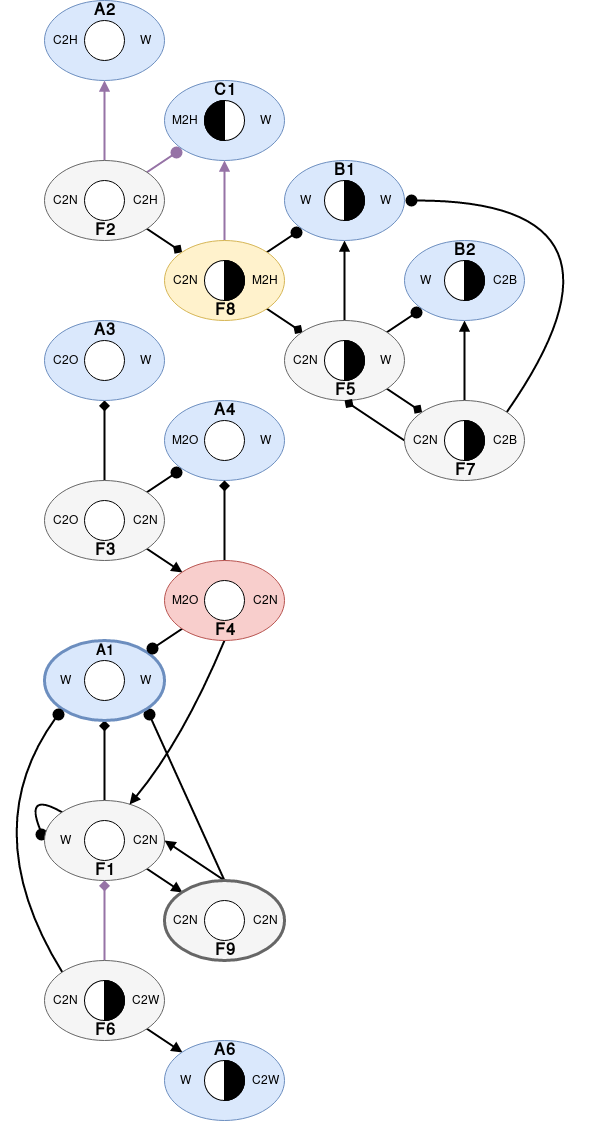
UberPanda/ProofGraphs keeps this draw.io diagram as png/IPart_Finish.png. Above is the earlier version. Source tidied: cells renumbered, new cells last; positions are measured from the earlier drawing's top-left corner, leaving out a move shared by most shapes.
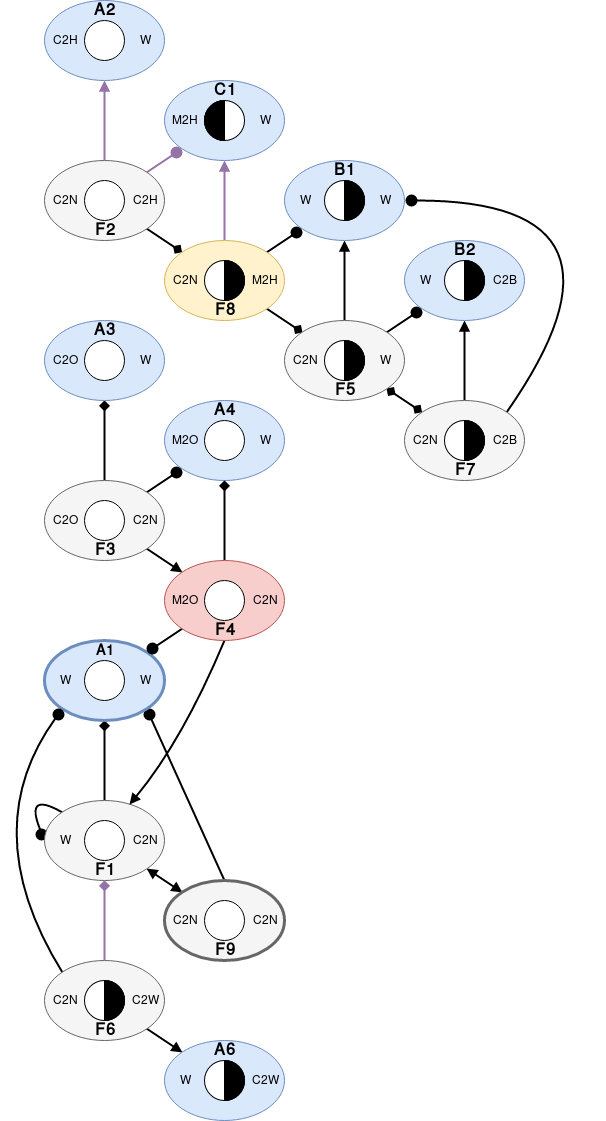
After the commit.

The edit, as a diff of the source:
```diff
@@ -2,7 +2,7 @@
   <root>
     <mxCell id="0" />
     <mxCell id="1" parent="0" />
-    <mxCell id="2" style="edgeStyle=none;curved=1;comic=0;html=1;exitX=1;exitY=1;entryX=0;entryY=0;startArrow=none;startFill=0;endArrow=block;endFill=1;endSize=6;jettySize=auto;strokeColor=#000000;strokeWidth=2;fillColor=none;" parent="1" edge="1" source="5" target="8">
+    <mxCell id="2" style="edgeStyle=none;curved=1;comic=0;html=1;exitX=1;exitY=1;entryX=0;entryY=0;startArrow=block;startFill=1;endArrow=block;endFill=1;endSize=6;jettySize=auto;strokeColor=#000000;strokeWidth=2;fillColor=none;" parent="1" edge="1" source="5" target="8">
       <mxGeometry relative="1" as="geometry" />
     </mxCell>
     <mxCell id="3" style="edgeStyle=none;curved=1;comic=0;html=1;startArrow=none;startFill=0;endArrow=diamond;endFill=1;endSize=6;jettySize=auto;strokeColor=#000000;strokeWidth=2;fillColor=none;" parent="1" edge="1" source="5" target="10">
@@ -21,9 +21,6 @@
     <mxCell id="6" style="edgeStyle=none;curved=1;comic=0;html=1;exitX=0.5;exitY=0;entryX=1;entryY=1;startArrow=none;startFill=0;endArrow=circle;endFill=1;endSize=3;jettySize=auto;strokeColor=#000000;strokeWidth=2;fillColor=none;" parent="1" edge="1" source="8" target="10">
       <mxGeometry relative="1" as="geometry" />
     </mxCell>
-    <mxCell id="7" style="edgeStyle=none;curved=1;comic=0;html=1;exitX=0.5;exitY=0;entryX=1;entryY=0.5;startArrow=none;startFill=0;endArrow=block;endFill=1;endSize=6;jettySize=auto;strokeColor=#000000;strokeWidth=2;fillColor=none;" parent="1" edge="1" source="8" target="5">
-      <mxGeometry relative="1" as="geometry" />
-    </mxCell>
     <mxCell id="8" style="ellipse;whiteSpace=wrap;html=1;shadow=0;strokeColor=#666666;strokeWidth=3;fillColor=#f5f5f5;" parent="1" vertex="1">
       <mxGeometry x="190" y="880" width="120" height="80" as="geometry" />
     </mxCell>
@@ -75,7 +72,7 @@
     <mxCell id="24" style="edgeStyle=none;curved=1;comic=0;html=1;exitX=1;exitY=0;entryX=0;entryY=1;startArrow=none;startFill=0;endArrow=circle;endFill=1;endSize=3;jettySize=auto;strokeColor=#000000;strokeWidth=2;fillColor=none;" parent="1" edge="1" source="27" target="33">
       <mxGeometry relative="1" as="geometry" />
     </mxCell>
-    <mxCell id="25" style="edgeStyle=none;curved=1;comic=0;html=1;exitX=1;exitY=1;startArrow=none;startFill=0;endArrow=diamond;endFill=1;endSize=6;jettySize=auto;strokeColor=#000000;strokeWidth=2;fillColor=none;" parent="1" edge="1" source="27" target="32">
+    <mxCell id="25" style="edgeStyle=none;curved=1;comic=0;html=1;exitX=1;exitY=1;startArrow=diamond;startFill=1;endArrow=diamond;endFill=1;endSize=6;jettySize=auto;strokeColor=#000000;strokeWidth=2;fillColor=none;" parent="1" edge="1" source="27" target="32">
       <mxGeometry relative="1" as="geometry" />
     </mxCell>
     <mxCell id="26" style="edgeStyle=none;curved=1;comic=0;html=1;exitX=0.5;exitY=0;entryX=0.5;entryY=1;startArrow=none;startFill=0;endArrow=block;endFill=1;endSize=6;jettySize=auto;strokeColor=#000000;strokeWidth=2;fillColor=none;" parent="1" edge="1" source="27" target="28">
@@ -87,9 +84,6 @@
     <mxCell id="28" style="ellipse;whiteSpace=wrap;html=1;shadow=0;strokeColor=#6c8ebf;strokeWidth=1;fillColor=#dae8fc;" parent="1" vertex="1">
       <mxGeometry x="310" y="160" width="120" height="80" as="geometry" />
     </mxCell>
-    <mxCell id="29" style="edgeStyle=none;curved=1;comic=0;html=1;exitX=0;exitY=0.5;entryX=0.5;entryY=1;startArrow=none;startFill=0;endArrow=diamond;endFill=1;endSize=6;jettySize=auto;strokeColor=#000000;strokeWidth=2;fillColor=none;" parent="1" edge="1" source="32" target="27">
-      <mxGeometry relative="1" as="geometry" />
-    </mxCell>
     <mxCell id="30" style="edgeStyle=none;curved=1;comic=0;html=1;exitX=1;exitY=0;entryX=1;entryY=0.5;startArrow=none;startFill=0;endArrow=circle;endFill=1;endSize=3;jettySize=auto;strokeColor=#000000;strokeWidth=2;fillColor=none;" parent="1" edge="1" source="32" target="28">
       <mxGeometry relative="1" as="geometry">
         <Array as="points">
```
